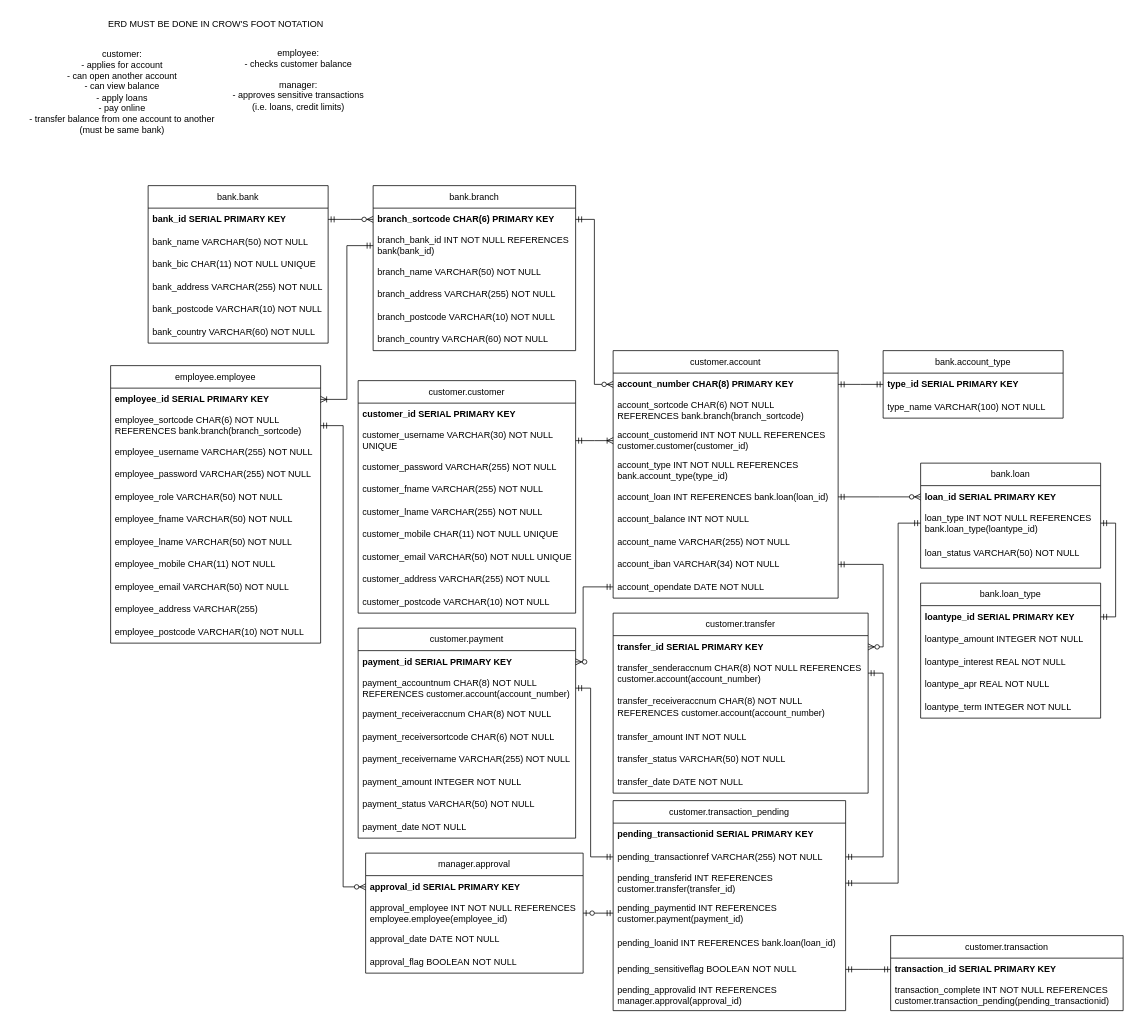
The draw.io diagram im-erd.drawio in rzvn666/IM-CW1, before the edit. Source tidied: cells renumbered, new cells numbered last; positions are measured from the earlier drawing's top-left corner, leaving out a move shared by most shapes. Both pictures are drawn from the tidied source at 75%, with x=0, y=0 at pixel (13, 13).
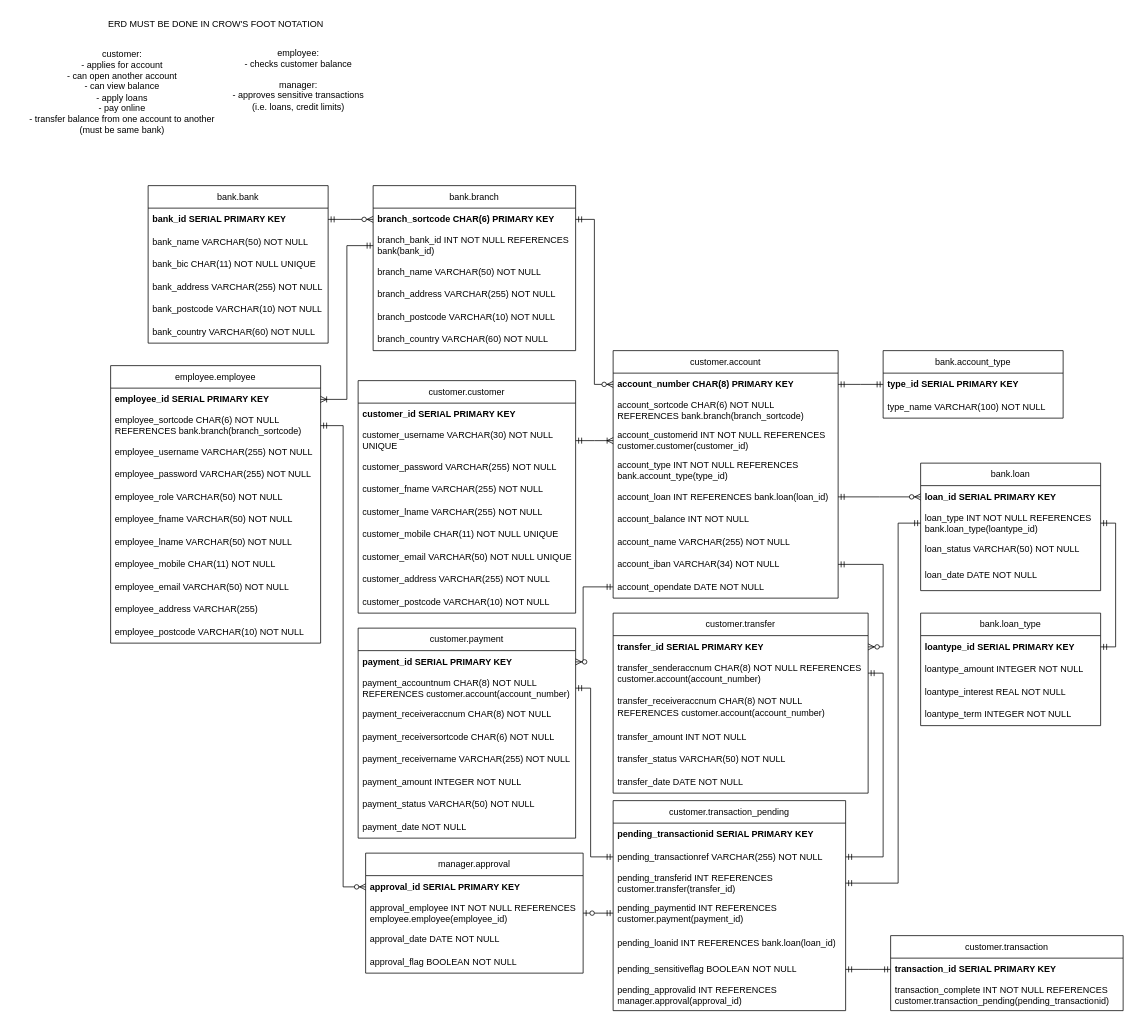
The same diagram, later.

Commit message (it also covers changes not shown here):
finished all functions, changed diagram

The edit, as a diff of the source:
```diff
@@
     <mxCell id="26" value="bank.loan_type" style="swimlane;fontStyle=0;horizontal=1;startSize=30;whiteSpace=wrap;html=1;" parent="1" vertex="1">
-      <mxGeometry x="1210" y="760" width="240" height="180" as="geometry" />
+      <mxGeometry x="1210" y="800" width="240" height="150" as="geometry" />
     </mxCell>
@@
-    <mxCell id="30" value="loantype_apr REAL NOT NULL" style="text;strokeColor=none;fillColor=none;align=left;verticalAlign=middle;spacingLeft=4;spacingRight=4;overflow=hidden;whiteSpace=wrap;html=1;" parent="26" vertex="1">
-      <mxGeometry y="120" width="240" height="30" as="geometry" />
-    </mxCell>
     <mxCell id="31" value="loantype_term INTEGER NOT NULL" style="text;strokeColor=none;fillColor=none;align=left;verticalAlign=middle;spacingLeft=4;spacingRight=4;overflow=hidden;whiteSpace=wrap;html=1;" parent="26" vertex="1">
-      <mxGeometry y="150" width="240" height="30" as="geometry" />
+      <mxGeometry y="120" width="240" height="30" as="geometry" />
     </mxCell>
@@
     <mxCell id="104" value="bank.loan" style="swimlane;fontStyle=0;horizontal=1;startSize=30;whiteSpace=wrap;html=1;" parent="1" vertex="1">
-      <mxGeometry x="1210" y="600" width="240" height="140" as="geometry" />
+      <mxGeometry x="1210" y="600" width="240" height="170" as="geometry" />
     </mxCell>
@@
     <mxCell id="107" value="loan_status VARCHAR(50) NOT NULL" style="text;strokeColor=none;fillColor=none;align=left;verticalAlign=middle;spacingLeft=4;spacingRight=4;overflow=hidden;whiteSpace=wrap;html=1;" parent="104" vertex="1">
-      <mxGeometry y="100" width="240" height="40" as="geometry" />
+      <mxGeometry y="100" width="240" height="30" as="geometry" />
     </mxCell>
+    <mxCell id="113" value="loan_date DATE NOT NULL" style="text;strokeColor=none;fillColor=none;align=left;verticalAlign=middle;spacingLeft=4;spacingRight=4;overflow=hidden;whiteSpace=wrap;html=1;" parent="104" vertex="1">
+      <mxGeometry y="130" width="240" height="40" as="geometry" />
+    </mxCell>
```
